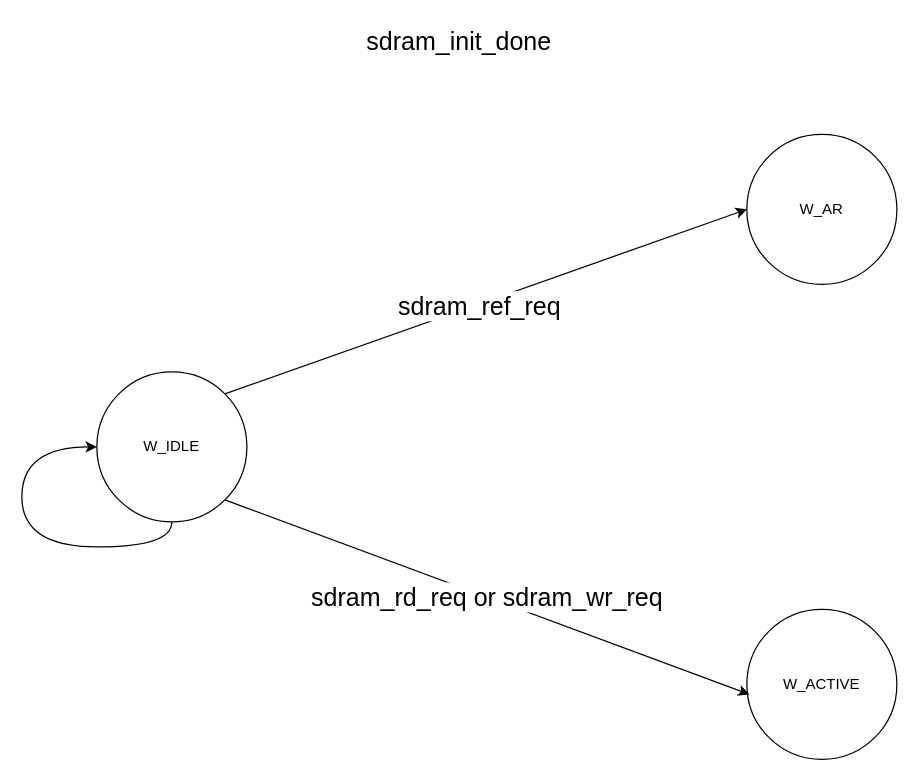
Above: hardware/sdram_states.drawio in Manistein/let-us-build-a-computer-system (draw.io), before the change. Source tidied: cells renumbered, new cells numbered last; positions are measured from the earlier drawing's top-left corner, leaving out a move shared by most shapes. Both pictures are drawn from the tidied source at 125%, with x=0, y=0 at pixel (21, 21).
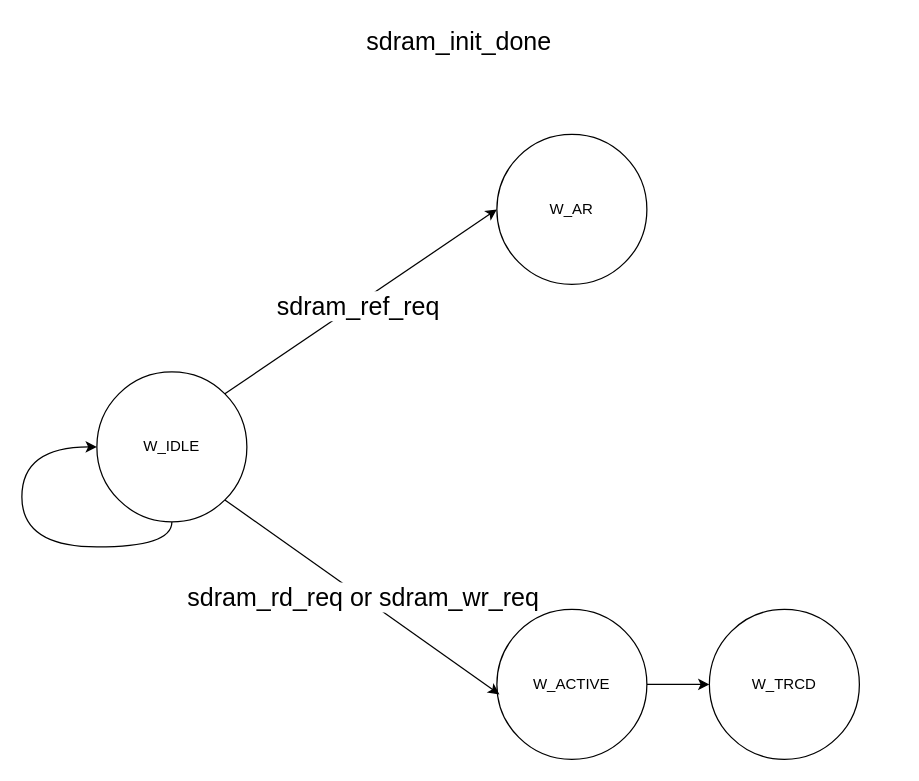
The same diagram, later.

What changed in the source:
```diff
@@
 <mxGraphModel>
   <root>
     <mxCell id="0" />
     <mxCell id="1" parent="0" />
     <mxCell id="2" value="W_IDLE" style="ellipse;whiteSpace=wrap;html=1;" parent="1" vertex="1">
       <mxGeometry x="60" y="280" width="120" height="120" as="geometry" />
     </mxCell>
     <mxCell id="3" value="W_AR" style="ellipse;whiteSpace=wrap;html=1;" parent="1" vertex="1">
-      <mxGeometry x="580" y="90" width="120" height="120" as="geometry" />
+      <mxGeometry x="380" y="90" width="120" height="120" as="geometry" />
     </mxCell>
     <mxCell id="4" style="rounded=0;jettySize=auto;html=1;exitX=1;exitY=0;exitDx=0;exitDy=0;entryX=0;entryY=0.5;entryDx=0;entryDy=0;" parent="1" edge="1" source="2" target="3">
       <mxGeometry relative="1" as="geometry" />
     </mxCell>
     <mxCell id="5" value="&lt;font style=&quot;font-size: 20px;&quot;&gt;sdram_ref_req&lt;/font&gt;" style="edgeLabel;html=1;align=center;verticalAlign=middle;" parent="4" vertex="1">
       <mxGeometry x="-0.03" y="-1" relative="1" as="geometry" />
     </mxCell>
+    <mxCell id="10" style="edgeStyle=orthogonalEdgeStyle;rounded=0;jettySize=auto;html=1;exitX=1;exitY=0.5;exitDx=0;exitDy=0;entryX=0;entryY=0.5;entryDx=0;entryDy=0;" parent="1" edge="1" source="6" target="11">
+      <mxGeometry relative="1" as="geometry" />
+    </mxCell>
     <mxCell id="6" value="W_ACTIVE" style="ellipse;whiteSpace=wrap;html=1;" parent="1" vertex="1">
-      <mxGeometry x="580" y="470" width="120" height="120" as="geometry" />
+      <mxGeometry x="380" y="470" width="120" height="120" as="geometry" />
     </mxCell>
     <mxCell id="7" value="&lt;font style=&quot;font-size: 20px;&quot;&gt;sdram_rd_req or sdram_wr_req&lt;/font&gt;" style="rounded=0;jettySize=auto;html=1;exitX=1;exitY=1;exitDx=0;exitDy=0;entryX=0.017;entryY=0.567;entryDx=0;entryDy=0;entryPerimeter=0;" parent="1" edge="1" source="2" target="6">
       <mxGeometry relative="1" as="geometry" />
     </mxCell>
     <mxCell id="8" style="edgeStyle=orthogonalEdgeStyle;rounded=0;orthogonalLoop=1;jettySize=auto;html=1;exitX=0.5;exitY=1;exitDx=0;exitDy=0;entryX=0;entryY=0.5;entryDx=0;entryDy=0;curved=1;" parent="1" edge="1" source="2" target="2">
       <mxGeometry relative="1" as="geometry">
         <Array as="points">
           <mxPoint x="120" y="420" />
           <mxPoint y="420" />
           <mxPoint y="340" />
         </Array>
       </mxGeometry>
     </mxCell>
     <mxCell id="9" value="&lt;font style=&quot;font-size: 20px;&quot;&gt;sdram_init_done&lt;/font&gt;" style="text;strokeColor=none;align=center;fillColor=none;html=1;verticalAlign=middle;whiteSpace=wrap;rounded=0;" parent="1" vertex="1">
       <mxGeometry x="320" width="60" height="30" as="geometry" />
     </mxCell>
+    <mxCell id="11" value="W_TRCD" style="ellipse;whiteSpace=wrap;html=1;" parent="1" vertex="1">
+      <mxGeometry x="550" y="470" width="120" height="120" as="geometry" />
+    </mxCell>
   </root>
 </mxGraphModel>
```
